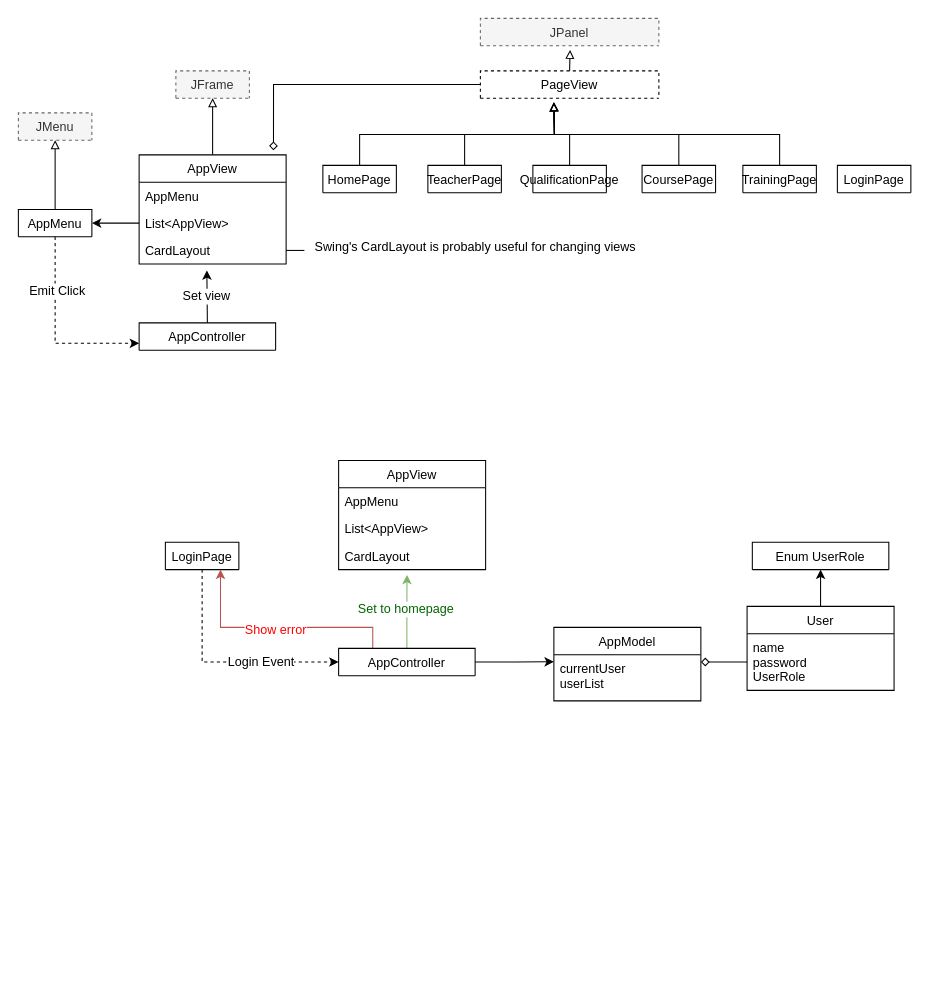
The draw.io diagram documentation/UserStoryUMLs.drawio in big-dill/se-group-project, before the edit. Source tidied: cells renumbered, new cells numbered last; positions are measured from the earlier drawing's top-left corner, leaving out a move shared by most shapes. Both pictures are drawn from the tidied source at 105%, with x=0, y=0 at pixel (18, 18).
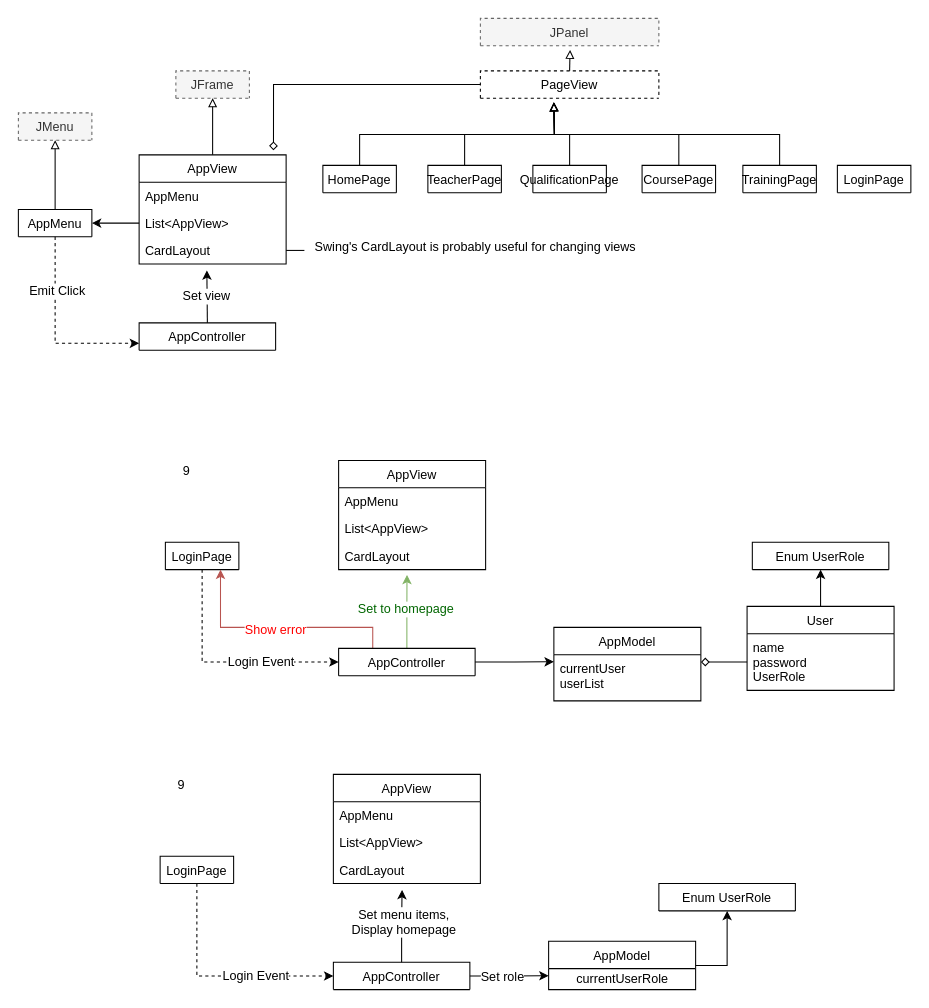
After the change.

What changed in the source:
```diff
@@
+    <mxCell id="54" value="&lt;font color=&quot;#000000&quot;&gt;9&lt;/font&gt;" style="text;html=1;align=center;verticalAlign=middle;fontColor=#FF0000;" parent="1" vertex="1">
+      <mxGeometry x="150" y="421" width="20" height="20" as="geometry" />
+    </mxCell>
+    <mxCell id="55" value="AppView" style="swimlane;fontStyle=0;horizontal=1;startSize=26;fillColor=none;" parent="1" vertex="1">
+      <mxGeometry x="300" y="720" width="140" height="104" as="geometry" />
+    </mxCell>
+    <mxCell id="56" value="AppMenu" style="text;strokeColor=none;fillColor=none;align=left;verticalAlign=top;spacingLeft=4;spacingRight=4;overflow=hidden;" parent="55" vertex="1">
+      <mxGeometry y="26" width="140" height="26" as="geometry" />
+    </mxCell>
+    <mxCell id="57" value="List&lt;AppView&gt;" style="text;strokeColor=none;fillColor=none;align=left;verticalAlign=top;spacingLeft=4;spacingRight=4;overflow=hidden;" parent="55" vertex="1">
+      <mxGeometry y="52" width="140" height="26" as="geometry" />
+    </mxCell>
+    <mxCell id="58" value="CardLayout" style="text;strokeColor=none;fillColor=none;align=left;verticalAlign=top;spacingLeft=4;spacingRight=4;overflow=hidden;" parent="55" vertex="1">
+      <mxGeometry y="78" width="140" height="26" as="geometry" />
+    </mxCell>
+    <mxCell id="59" style="edgeStyle=orthogonalEdgeStyle;rounded=0;jettySize=auto;html=1;exitX=0.5;exitY=1;exitDx=0;exitDy=0;entryX=0;entryY=0.5;entryDx=0;entryDy=0;endArrow=classic;endFill=1;dashed=1;" parent="1" edge="1" source="61" target="66">
+      <mxGeometry relative="1" as="geometry" />
+    </mxCell>
+    <mxCell id="60" value="Login Event" style="text;html=1;align=center;verticalAlign=middle;labelBackgroundColor=#ffffff;" parent="59" vertex="1">
+      <mxGeometry x="-0.23" y="36" relative="1" as="geometry">
+        <mxPoint x="19" y="3.3" as="offset" />
+      </mxGeometry>
+    </mxCell>
+    <mxCell id="61" value="LoginPage" style="swimlane;fontStyle=0;horizontal=1;startSize=26;fillColor=none;" parent="1" vertex="1" collapsed="1">
+      <mxGeometry x="135" y="798" width="70" height="26" as="geometry" />
+    </mxCell>
+    <mxCell id="62" style="edgeStyle=orthogonalEdgeStyle;rounded=0;jettySize=auto;html=1;exitX=1;exitY=0.5;exitDx=0;exitDy=0;endArrow=classic;endFill=1;" parent="1" edge="1" source="66">
+      <mxGeometry relative="1" as="geometry">
+        <mxPoint x="505" y="911.7" as="targetPoint" />
+      </mxGeometry>
+    </mxCell>
+    <mxCell id="63" value="Set role" style="text;html=1;align=center;verticalAlign=middle;labelBackgroundColor=#ffffff;fontColor=#000000;" parent="62" vertex="1">
+      <mxGeometry x="-0.16" y="-3" relative="1" as="geometry">
+        <mxPoint x="-1.8" y="-3" as="offset" />
+      </mxGeometry>
+    </mxCell>
+    <mxCell id="64" style="edgeStyle=orthogonalEdgeStyle;rounded=0;jettySize=auto;html=1;exitX=0.5;exitY=0;exitDx=0;exitDy=0;endArrow=classic;endFill=1;fontColor=#000000;" parent="1" edge="1" source="66">
+      <mxGeometry relative="1" as="geometry">
+        <mxPoint x="365.4" y="830" as="targetPoint" />
+      </mxGeometry>
+    </mxCell>
+    <mxCell id="65" value="Set menu items,&lt;br&gt;Display homepage" style="text;html=1;align=center;verticalAlign=middle;labelBackgroundColor=#ffffff;fontColor=#000000;" parent="64" vertex="1">
+      <mxGeometry x="0.11" y="-1" relative="1" as="geometry" />
+    </mxCell>
+    <mxCell id="66" value="AppController" style="swimlane;fontStyle=0;horizontal=1;startSize=26;fillColor=none;" parent="1" vertex="1" collapsed="1">
+      <mxGeometry x="300" y="899" width="130" height="26" as="geometry" />
+    </mxCell>
+    <mxCell id="67" style="edgeStyle=orthogonalEdgeStyle;rounded=0;jettySize=auto;html=1;exitX=1;exitY=0.5;exitDx=0;exitDy=0;entryX=0.5;entryY=1;entryDx=0;entryDy=0;endArrow=classic;endFill=1;fontColor=#FF0000;" parent="1" edge="1" source="68" target="70">
+      <mxGeometry relative="1" as="geometry" />
+    </mxCell>
+    <mxCell id="68" value="AppModel" style="swimlane;fontStyle=0;horizontal=1;startSize=26;fillColor=none;" parent="1" vertex="1">
+      <mxGeometry x="505" y="879" width="140" height="46" as="geometry" />
+    </mxCell>
+    <mxCell id="69" value="currentUserRole" style="text;html=1;align=center;verticalAlign=middle;fontColor=#000000;" parent="68" vertex="1">
+      <mxGeometry y="26" width="140" height="20" as="geometry" />
+    </mxCell>
+    <mxCell id="70" value="Enum UserRole" style="swimlane;fontStyle=0;horizontal=1;startSize=26;fillColor=none;" parent="1" vertex="1" collapsed="1">
+      <mxGeometry x="610" y="824" width="130" height="26" as="geometry" />
+    </mxCell>
+    <mxCell id="71" value="&lt;font color=&quot;#000000&quot;&gt;9&lt;/font&gt;" style="text;html=1;align=center;verticalAlign=middle;fontColor=#FF0000;" parent="1" vertex="1">
+      <mxGeometry x="145" y="720" width="20" height="20" as="geometry" />
+    </mxCell>
```
